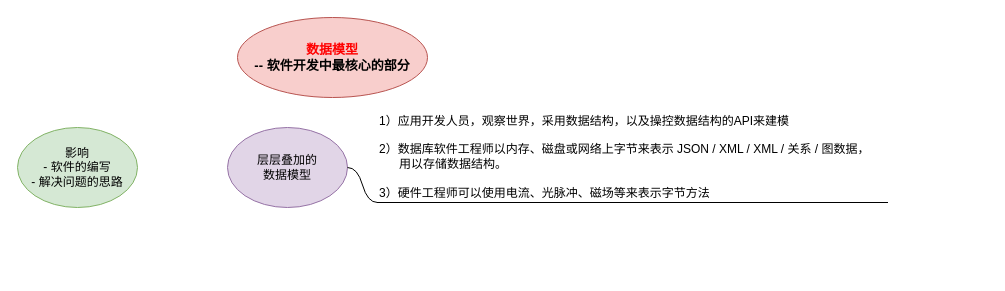
Before: 设计数据密集型应用.drawio in ljq199612/diagram, a draw.io diagram. Source tidied: cells renumbered, new cells numbered last; positions are measured from the earlier drawing's top-left corner, leaving out a move shared by most shapes. Both pictures are drawn from the tidied source at 100%, with x=0, y=0 at pixel (17, 17).
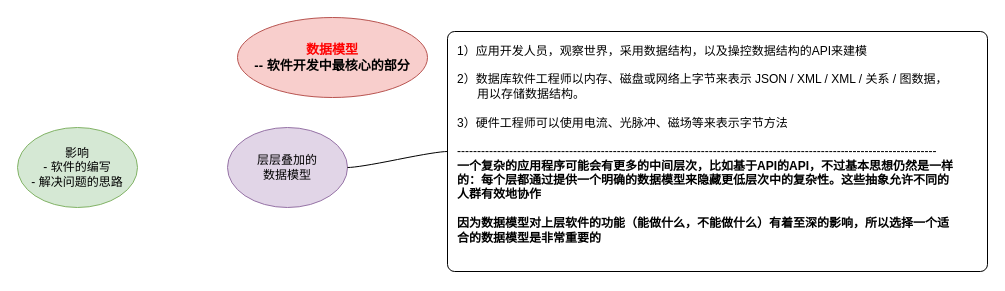
Above is the later version.

Commit message (it also covers changes not shown here):
更新设计数据密集型应用.drawio

Diff of the diagram source:
```diff
@@
 <mxGraphModel>
   <root>
     <mxCell id="0" />
     <mxCell id="1" parent="0" />
     <mxCell id="2" value="&lt;div style=&quot;font-size: 13px;&quot;&gt;&lt;b&gt;&lt;font style=&quot;font-size: 13px;&quot; color=&quot;#ff0000&quot;&gt;数据模型&lt;/font&gt;&lt;br&gt;-- 软件开发中最核心的部分&lt;br&gt;&lt;/b&gt;&lt;/div&gt;" style="ellipse;whiteSpace=wrap;html=1;fillColor=#f8cecc;strokeColor=#b85450;" parent="1" vertex="1">
       <mxGeometry x="220" width="190" height="80" as="geometry" />
     </mxCell>
     <mxCell id="3" value="&lt;div&gt;影响&lt;/div&gt;&lt;div&gt;- 软件的编写&lt;/div&gt;&lt;div&gt;- 解决问题的思路&lt;br&gt;&lt;/div&gt;" style="ellipse;whiteSpace=wrap;html=1;fillColor=#d5e8d4;strokeColor=#82b366;" parent="1" vertex="1">
       <mxGeometry y="110" width="120" height="80" as="geometry" />
     </mxCell>
     <mxCell id="4" value="&lt;div&gt;层层叠加的&lt;/div&gt;&lt;div&gt;数据模型&lt;/div&gt;" style="ellipse;whiteSpace=wrap;html=1;fillColor=#e1d5e7;strokeColor=#9673a6;" parent="1" vertex="1">
       <mxGeometry x="210" y="110" width="120" height="80" as="geometry" />
     </mxCell>
-    <mxCell id="5" value="&lt;div align=&quot;left&quot;&gt;&lt;br&gt;&lt;/div&gt;&lt;div align=&quot;left&quot;&gt;1）应用开发人员，观察世界，采用数据结构，以及操控数据结构的API来建模&lt;/div&gt;&lt;div&gt;&lt;br&gt;&lt;/div&gt;&lt;div&gt;2）数据库软件工程师以内存、磁盘或网络上字节来表示 JSON / XML / XML / 关系 / 图数据， &lt;br&gt;&lt;/div&gt;&lt;div&gt;&amp;nbsp;&amp;nbsp;&amp;nbsp;&amp;nbsp;&amp;nbsp; 用以存储数据结构。&lt;/div&gt;&lt;div&gt;&lt;br&gt;&lt;/div&gt;&lt;div&gt;3）硬件工程师可以使用电流、光脉冲、磁场等来表示字节方法&lt;br&gt;&lt;/div&gt;" style="whiteSpace=wrap;html=1;shape=partialRectangle;top=0;left=0;bottom=1;right=0;points=[[0,1],[1,1]];fillColor=none;align=left;verticalAlign=bottom;routingCenterY=0.5;snapToPoint=1;newEdgeStyle={&quot;edgeStyle&quot;:&quot;entityRelationEdgeStyle&quot;,&quot;startArrow&quot;:&quot;none&quot;,&quot;endArrow&quot;:&quot;none&quot;,&quot;segment&quot;:10,&quot;curved&quot;:1,&quot;sourcePerimeterSpacing&quot;:0,&quot;targetPerimeterSpacing&quot;:0};" parent="1" vertex="1">
-      <mxGeometry x="360" y="75" width="510" height="110" as="geometry" />
-    </mxCell>
-    <mxCell id="6" style="edgeStyle=entityRelationEdgeStyle;startArrow=none;endArrow=none;segment=10;curved=1;sourcePerimeterSpacing=0;targetPerimeterSpacing=0;rounded=0;exitX=1;exitY=0.5;exitDx=0;exitDy=0;" parent="1" edge="1" source="4" target="5">
+    <mxCell id="6" style="edgeStyle=entityRelationEdgeStyle;startArrow=none;endArrow=none;segment=10;curved=1;sourcePerimeterSpacing=0;targetPerimeterSpacing=0;rounded=0;exitX=1;exitY=0.5;exitDx=0;exitDy=0;" parent="1" edge="1" source="4" target="7">
       <mxGeometry relative="1" as="geometry" />
     </mxCell>
+    <mxCell id="7" value="&lt;div&gt;&lt;br&gt;&lt;/div&gt;&lt;div&gt;1）应用开发人员，观察世界，采用数据结构，以及操控数据结构的API来建模&lt;/div&gt;&lt;div&gt;&lt;br&gt;&lt;/div&gt;&lt;div&gt;2）数据库软件工程师以内存、磁盘或网络上字节来表示 JSON / XML / XML / 关系 / 图数据， &lt;br&gt;&lt;/div&gt;&lt;div&gt;&amp;nbsp;&amp;nbsp;&amp;nbsp;&amp;nbsp;&amp;nbsp; 用以存储数据结构。&lt;/div&gt;&lt;div&gt;&lt;br&gt;&lt;/div&gt;&lt;div&gt;3）硬件工程师可以使用电流、光脉冲、磁场等来表示字节方法&lt;/div&gt;&lt;div&gt;&lt;br&gt;&lt;/div&gt;&lt;div&gt;------------------------------------------------------------------------------------------------------------------------&lt;/div&gt;&lt;div&gt;&lt;div&gt;&lt;b&gt;一个复杂的应用程序可能会有更多的中间层次，比如基于API的API，不过基本思想仍然是一样&lt;/b&gt;&lt;/div&gt;&lt;div&gt;&lt;b&gt;的：每个层都通过提供一个明确的数据模型来隐藏更低层次中的复杂性。这些抽象允许不同的&lt;/b&gt;&lt;/div&gt;&lt;div&gt;&lt;b&gt;人群有效地协作&lt;/b&gt;&lt;/div&gt;&lt;div&gt;&lt;b&gt;&lt;br&gt;&lt;/b&gt;&lt;/div&gt;&lt;div&gt;&lt;b&gt;因为数据模型对上层软件的功能（能做什么，不能做什么）有着至深的影响，所以选择一个适&lt;/b&gt;&lt;/div&gt;&lt;div&gt;&lt;b&gt;合的数据模型是非常重要的&lt;/b&gt;&lt;/div&gt;&lt;div&gt;&lt;br&gt;&lt;br&gt;&lt;/div&gt;&lt;/div&gt;" style="rounded=1;whiteSpace=wrap;html=1;align=left;arcSize=3;spacingLeft=8;" parent="1" vertex="1">
+      <mxGeometry x="430" y="14" width="540" height="240" as="geometry" />
+    </mxCell>
   </root>
 </mxGraphModel>
```
